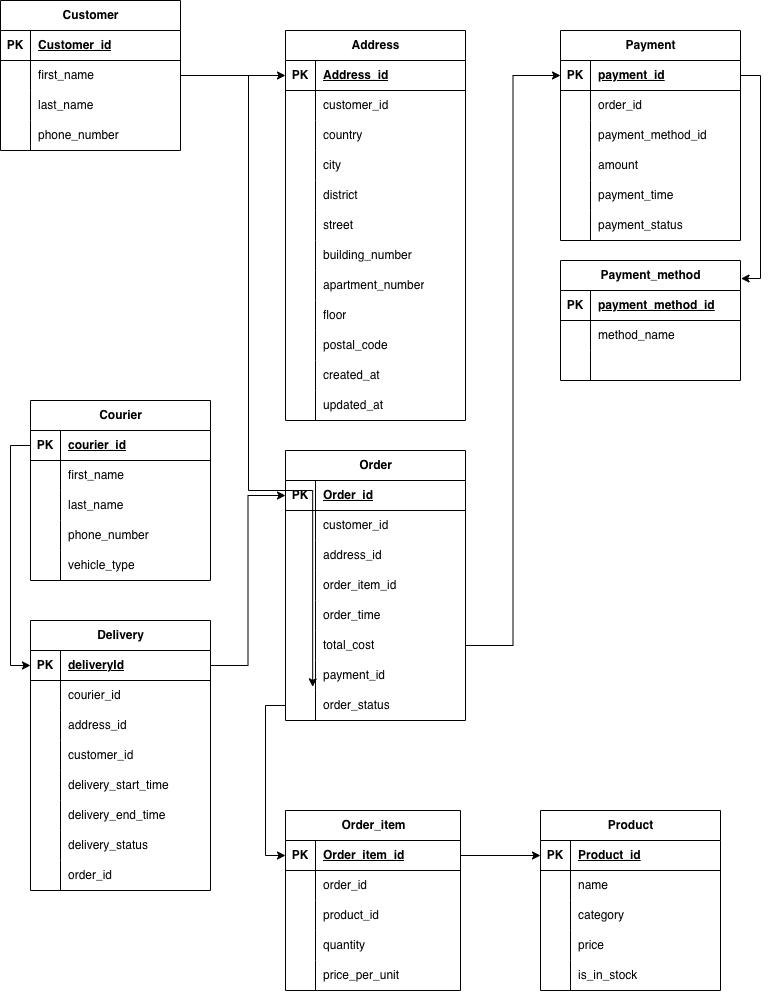
This is DB_Ainura_Dalabayeva_HW_Sushi.png from ainurad/Ainur_Dalabayeva_AU25, a draw.io export, as it was before one commit. Source tidied: cells renumbered, new cells last; positions are measured from the earlier drawing's top-left corner, leaving out a move shared by most shapes.
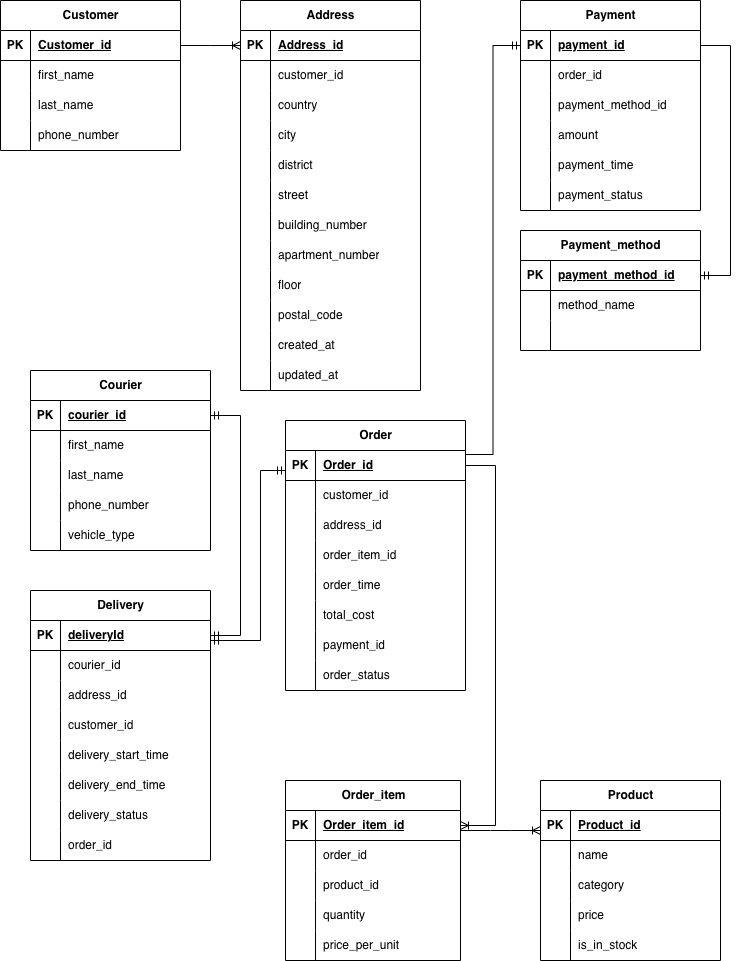
After the commit.

What changed in the source:
```diff
@@ -249,7 +249,7 @@
       <mxGeometry x="30" width="150" height="30" as="geometry" />
     </mxCell>
     <mxCell id="84" value="Payment" style="shape=table;startSize=30;rowLines=0;fontStyle=1;align=center;html=1;" parent="1" vertex="1">
-      <mxGeometry x="560" y="30" width="180" height="210" as="geometry" />
+      <mxGeometry x="520" y="30" width="180" height="210" as="geometry" />
     </mxCell>
     <mxCell id="85" style="shape=tableRow;horizontal=0;startSize=0;swimlaneHead=0;swimlaneBody=0;fillColor=none;points=[[0,0.5],[1,0.5]];portConstraint=eastwest;top=0;left=0;right=0;bottom=1;" parent="84" vertex="1">
       <mxGeometry y="30" width="180" height="30" as="geometry" />
@@ -306,7 +306,7 @@
       <mxGeometry x="30" width="150" height="30" as="geometry" />
     </mxCell>
     <mxCell id="103" value="Payment_method" style="shape=table;startSize=30;rowLines=0;fontStyle=1;align=center;html=1;" parent="1" vertex="1">
-      <mxGeometry x="560" y="260" width="180" height="120" as="geometry" />
+      <mxGeometry x="520" y="260" width="180" height="120" as="geometry" />
     </mxCell>
     <mxCell id="104" style="shape=tableRow;horizontal=0;startSize=0;swimlaneHead=0;swimlaneBody=0;fillColor=none;points=[[0,0.5],[1,0.5]];portConstraint=eastwest;top=0;left=0;right=0;bottom=1;" parent="103" vertex="1">
       <mxGeometry y="30" width="180" height="30" as="geometry" />
@@ -336,7 +336,7 @@
       <mxGeometry x="30" width="150" height="30" as="geometry" />
     </mxCell>
     <mxCell id="113" value="Address" style="shape=table;startSize=30;rowLines=0;fontStyle=1;align=center;html=1;" parent="1" vertex="1">
-      <mxGeometry x="285" y="30" width="180" height="390" as="geometry" />
+      <mxGeometry x="240" y="30" width="180" height="390" as="geometry" />
     </mxCell>
     <mxCell id="114" style="shape=tableRow;horizontal=0;startSize=0;swimlaneHead=0;swimlaneBody=0;fillColor=none;points=[[0,0.5],[1,0.5]];portConstraint=eastwest;top=0;left=0;right=0;bottom=1;" parent="113" vertex="1">
       <mxGeometry y="30" width="180" height="30" as="geometry" />
@@ -446,11 +446,8 @@
     <mxCell id="149" value="updated_at" style="shape=partialRectangle;fillColor=none;top=0;left=0;bottom=0;right=0;align=left;spacingLeft=6;overflow=hidden;whiteSpace=wrap;html=1;" parent="147" vertex="1">
       <mxGeometry x="30" width="150" height="30" as="geometry" />
     </mxCell>
-    <mxCell id="150" style="edgeStyle=orthogonalEdgeStyle;rounded=0;jettySize=auto;html=1;" parent="1" edge="1" source="151" target="114">
-      <mxGeometry relative="1" as="geometry" />
-    </mxCell>
     <mxCell id="151" value="Customer" style="shape=table;startSize=30;rowLines=0;fontStyle=1;align=center;html=1;" parent="1" vertex="1">
-      <mxGeometry width="180" height="150" as="geometry" />
+      <mxGeometry y="30" width="180" height="150" as="geometry" />
     </mxCell>
     <mxCell id="152" style="shape=tableRow;horizontal=0;startSize=0;swimlaneHead=0;swimlaneBody=0;fillColor=none;points=[[0,0.5],[1,0.5]];portConstraint=eastwest;top=0;left=0;right=0;bottom=1;" parent="151" vertex="1">
       <mxGeometry y="30" width="180" height="30" as="geometry" />
@@ -536,33 +533,48 @@
     <mxCell id="179" value="vehicle_type" style="shape=partialRectangle;fillColor=none;top=0;left=0;bottom=0;right=0;align=left;spacingLeft=6;overflow=hidden;whiteSpace=wrap;html=1;" parent="177" vertex="1">
       <mxGeometry x="30" width="150" height="30" as="geometry" />
     </mxCell>
-    <mxCell id="180" style="edgeStyle=orthogonalEdgeStyle;rounded=0;jettySize=auto;html=1;" parent="1" edge="1" source="3" target="60">
-      <mxGeometry relative="1" as="geometry" />
-    </mxCell>
-    <mxCell id="181" style="edgeStyle=orthogonalEdgeStyle;rounded=0;jettySize=auto;html=1;entryX=0;entryY=0.5;entryDx=0;entryDy=0;" parent="1" edge="1" source="75" target="85">
-      <mxGeometry relative="1" as="geometry" />
-    </mxCell>
-    <mxCell id="182" style="edgeStyle=orthogonalEdgeStyle;rounded=0;jettySize=auto;html=1;exitX=1;exitY=0.5;exitDx=0;exitDy=0;entryX=1.003;entryY=0.15;entryDx=0;entryDy=0;entryPerimeter=0;" parent="1" edge="1" source="85" target="103">
-      <mxGeometry relative="1" as="geometry" />
-    </mxCell>
-    <mxCell id="183" style="edgeStyle=orthogonalEdgeStyle;rounded=0;jettySize=auto;html=1;exitX=0;exitY=0.5;exitDx=0;exitDy=0;entryX=0;entryY=0.5;entryDx=0;entryDy=0;" parent="1" edge="1" source="165" target="3">
-      <mxGeometry relative="1" as="geometry" />
-    </mxCell>
-    <mxCell id="184" style="edgeStyle=orthogonalEdgeStyle;rounded=0;jettySize=auto;html=1;exitX=0;exitY=0.5;exitDx=0;exitDy=0;entryX=0;entryY=0.5;entryDx=0;entryDy=0;" parent="1" edge="1" source="81" target="28">
-      <mxGeometry relative="1" as="geometry" />
-    </mxCell>
-    <mxCell id="185" style="edgeStyle=orthogonalEdgeStyle;rounded=0;jettySize=auto;html=1;" parent="1" edge="1" source="28" target="44">
-      <mxGeometry relative="1" as="geometry" />
-    </mxCell>
-    <mxCell id="186" style="edgeStyle=orthogonalEdgeStyle;rounded=0;jettySize=auto;html=1;exitX=1;exitY=0.5;exitDx=0;exitDy=0;entryX=0.151;entryY=-0.122;entryDx=0;entryDy=0;entryPerimeter=0;" parent="1" edge="1" source="152" target="81">
-      <mxGeometry relative="1" as="geometry">
-        <Array as="points">
-          <mxPoint x="180" y="75" />
-          <mxPoint x="248" y="75" />
-          <mxPoint x="248" y="490" />
-          <mxPoint x="312" y="490" />
-        </Array>
-      </mxGeometry>
-    </mxCell>
+    <mxCell id="187" style="edgeStyle=entityRelationEdgeStyle;fontSize=12;html=1;endArrow=ERoneToMany;rounded=0;exitX=1;exitY=0.5;exitDx=0;exitDy=0;" parent="1" edge="1" source="152" target="114">
+      <mxGeometry relative="1" as="geometry">
+        <Array as="points">
+          <mxPoint x="190" y="75" />
+        </Array>
+      </mxGeometry>
+    </mxCell>
+    <mxCell id="188" style="edgeStyle=entityRelationEdgeStyle;fontSize=12;html=1;endArrow=ERmandOne;startArrow=ERmandOne;rounded=0;" parent="1" edge="1" source="3" target="165">
+      <mxGeometry relative="1" as="geometry">
+        <Array as="points">
+          <mxPoint x="220" y="660" />
+        </Array>
+      </mxGeometry>
+    </mxCell>
+    <mxCell id="189" style="edgeStyle=entityRelationEdgeStyle;fontSize=12;html=1;endArrow=ERoneToMany;rounded=0;" parent="1" edge="1">
+      <mxGeometry relative="1" as="geometry">
+        <mxPoint x="460" y="860" as="sourcePoint" />
+        <mxPoint x="540" y="860" as="targetPoint" />
+      </mxGeometry>
+    </mxCell>
+    <mxCell id="190" style="edgeStyle=entityRelationEdgeStyle;fontSize=12;html=1;endArrow=ERoneToMany;rounded=0;" parent="1" edge="1" source="60" target="28">
+      <mxGeometry relative="1" as="geometry">
+        <Array as="points">
+          <mxPoint x="480" y="850" />
+        </Array>
+      </mxGeometry>
+    </mxCell>
+    <mxCell id="191" style="edgeStyle=entityRelationEdgeStyle;fontSize=12;html=1;endArrow=ERmandOne;rounded=0;" parent="1" edge="1" source="85" target="104">
+      <mxGeometry relative="1" as="geometry" />
+    </mxCell>
+    <mxCell id="192" style="fontSize=12;html=1;endArrow=ERmandOne;rounded=0;exitX=1;exitY=0.133;exitDx=0;exitDy=0;exitPerimeter=0;edgeStyle=orthogonalEdgeStyle;" parent="1" edge="1" source="60" target="85">
+      <mxGeometry relative="1" as="geometry" />
+    </mxCell>
+    <mxCell id="193" style="edgeStyle=orthogonalEdgeStyle;fontSize=12;html=1;endArrow=ERmandOne;startArrow=ERmandOne;rounded=0;" parent="1" edge="1">
+      <mxGeometry relative="1" as="geometry">
+        <mxPoint x="210" y="670" as="sourcePoint" />
+        <mxPoint x="285" y="500" as="targetPoint" />
+        <Array as="points">
+          <mxPoint x="260" y="670" />
+          <mxPoint x="260" y="500" />
+        </Array>
+      </mxGeometry>
+    </mxCell>
   </root>
 </mxGraphModel>
```
